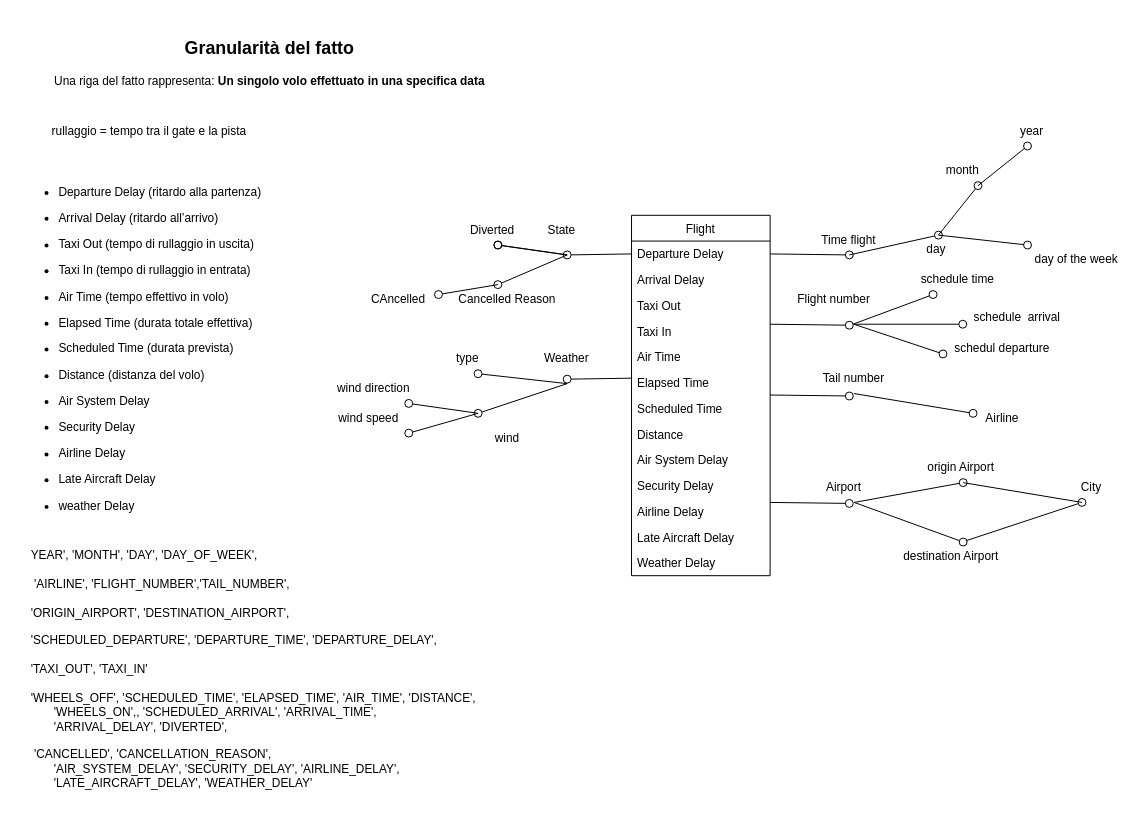
Earlier version of the draw.io diagram DFM_flights_weather.drawio (NIKFIORE/DataWarehouse_Flights-Weather). Source tidied: cells renumbered, new cells numbered last; positions are measured from the earlier drawing's top-left corner, leaving out a move shared by most shapes. Both pictures are drawn from the tidied source at 99%, with x=0, y=0 at pixel (17, 17).
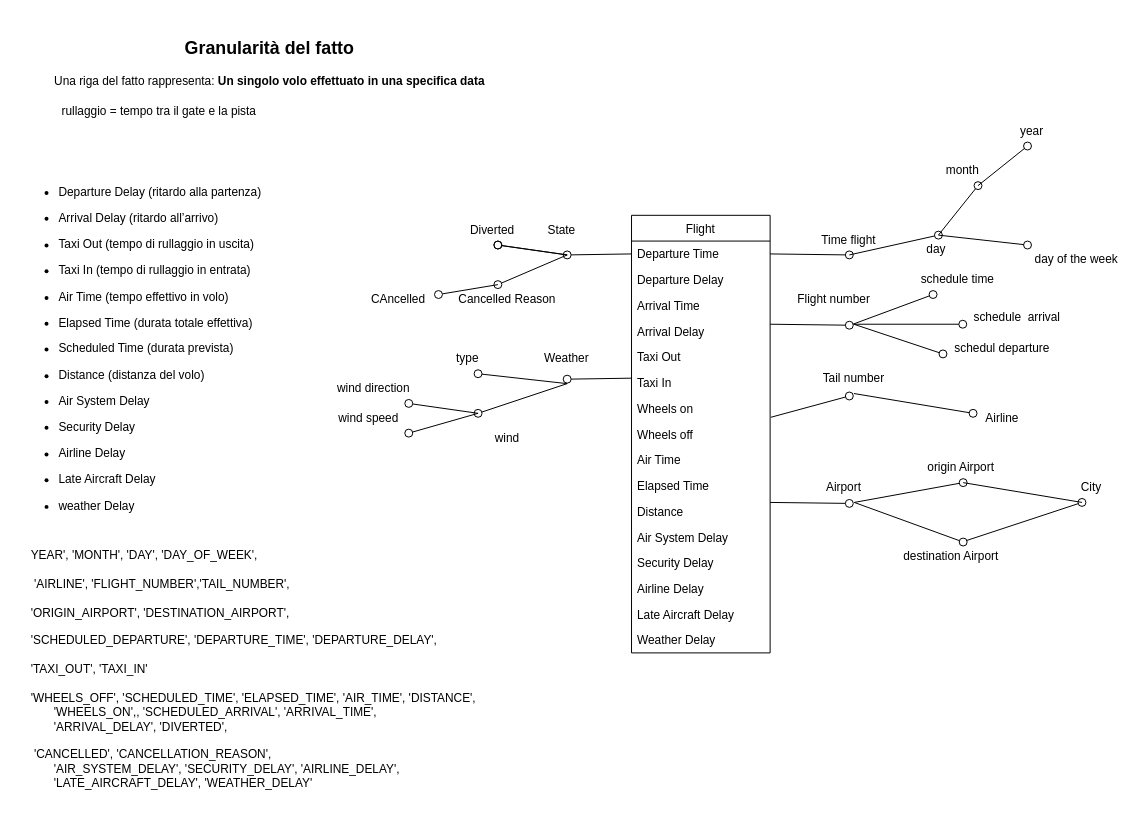
The same page after the edit.

Change to the diagram source:
```diff
@@
     <mxCell id="3" value="rullaggio = tempo tra il gate e la pista&amp;nbsp;" style="text;html=1;whiteSpace=wrap;strokeColor=none;fillColor=none;align=center;verticalAlign=middle;rounded=0;" parent="1" vertex="1">
-      <mxGeometry x="24.6" y="100" width="220" height="30" as="geometry" />
+      <mxGeometry x="35" y="80" width="220" height="30" as="geometry" />
     </mxCell>
@@
     <mxCell id="5" value="Flight" style="swimlane;fontStyle=0;horizontal=1;startSize=26;fillColor=none;" parent="1" vertex="1">
-      <mxGeometry x="620.4" y="200" width="140" height="364" as="geometry" />
+      <mxGeometry x="620.4" y="200" width="140" height="442" as="geometry" />
     </mxCell>
-    <mxCell id="6" value="Departure Delay" style="text;strokeColor=none;fillColor=none;align=left;verticalAlign=top;spacingLeft=4;spacingRight=4;overflow=hidden;points=[[0,0.5],[1,0.5]];portConstraint=eastwest;" parent="5" vertex="1">
+    <mxCell id="6" value="Departure Time" style="text;strokeColor=none;fillColor=none;align=left;verticalAlign=top;spacingLeft=4;spacingRight=4;overflow=hidden;points=[[0,0.5],[1,0.5]];portConstraint=eastwest;" parent="5" vertex="1">
       <mxGeometry y="26" width="140" height="26" as="geometry" />
     </mxCell>
+    <mxCell id="70" value="Departure Delay" style="text;strokeColor=none;fillColor=none;align=left;verticalAlign=top;spacingLeft=4;spacingRight=4;overflow=hidden;" parent="5" vertex="1">
+      <mxGeometry y="52" width="140" height="26" as="geometry" />
+    </mxCell>
+    <mxCell id="71" value="Arrival Time" style="text;strokeColor=none;fillColor=none;align=left;verticalAlign=top;spacingLeft=4;spacingRight=4;overflow=hidden;" parent="5" vertex="1">
+      <mxGeometry y="78" width="140" height="26" as="geometry" />
+    </mxCell>
     <mxCell id="7" value="Arrival Delay" style="text;strokeColor=none;fillColor=none;align=left;verticalAlign=top;spacingLeft=4;spacingRight=4;overflow=hidden;" parent="5" vertex="1">
-      <mxGeometry y="52" width="140" height="26" as="geometry" />
+      <mxGeometry y="104" width="140" height="26" as="geometry" />
     </mxCell>
     <mxCell id="8" value="Taxi Out" style="text;strokeColor=none;fillColor=none;align=left;verticalAlign=top;spacingLeft=4;spacingRight=4;overflow=hidden;" parent="5" vertex="1">
-      <mxGeometry y="78" width="140" height="26" as="geometry" />
+      <mxGeometry y="130" width="140" height="26" as="geometry" />
     </mxCell>
     <mxCell id="9" value="Taxi In" style="text;strokeColor=none;fillColor=none;align=left;verticalAlign=top;spacingLeft=4;spacingRight=4;overflow=hidden;" parent="5" vertex="1">
-      <mxGeometry y="104" width="140" height="26" as="geometry" />
+      <mxGeometry y="156" width="140" height="26" as="geometry" />
     </mxCell>
+    <mxCell id="72" value="Wheels on" style="text;strokeColor=none;fillColor=none;align=left;verticalAlign=top;spacingLeft=4;spacingRight=4;overflow=hidden;" parent="5" vertex="1">
+      <mxGeometry y="182" width="140" height="26" as="geometry" />
+    </mxCell>
+    <mxCell id="73" value="Wheels off" style="text;strokeColor=none;fillColor=none;align=left;verticalAlign=top;spacingLeft=4;spacingRight=4;overflow=hidden;points=[[0,0.5],[1,0.5]];portConstraint=eastwest;" parent="5" vertex="1">
+      <mxGeometry y="208" width="140" height="26" as="geometry" />
+    </mxCell>
     <mxCell id="10" value="Air Time" style="text;strokeColor=none;fillColor=none;align=left;verticalAlign=top;spacingLeft=4;spacingRight=4;overflow=hidden;" parent="5" vertex="1">
-      <mxGeometry y="130" width="140" height="26" as="geometry" />
+      <mxGeometry y="234" width="140" height="26" as="geometry" />
     </mxCell>
     <mxCell id="11" value="Elapsed Time" style="text;strokeColor=none;fillColor=none;align=left;verticalAlign=top;spacingLeft=4;spacingRight=4;overflow=hidden;" parent="5" vertex="1">
-      <mxGeometry y="156" width="140" height="26" as="geometry" />
+      <mxGeometry y="260" width="140" height="26" as="geometry" />
     </mxCell>
-    <mxCell id="12" value="Scheduled Time" style="text;strokeColor=none;fillColor=none;align=left;verticalAlign=top;spacingLeft=4;spacingRight=4;overflow=hidden;" parent="5" vertex="1">
-      <mxGeometry y="182" width="140" height="26" as="geometry" />
-    </mxCell>
     <mxCell id="13" value="Distance" style="text;strokeColor=none;fillColor=none;align=left;verticalAlign=top;spacingLeft=4;spacingRight=4;overflow=hidden;" parent="5" vertex="1">
-      <mxGeometry y="208" width="140" height="26" as="geometry" />
+      <mxGeometry y="286" width="140" height="26" as="geometry" />
     </mxCell>
     <mxCell id="14" value="Air System Delay" style="text;strokeColor=none;fillColor=none;align=left;verticalAlign=top;spacingLeft=4;spacingRight=4;overflow=hidden;" parent="5" vertex="1">
-      <mxGeometry y="234" width="140" height="26" as="geometry" />
+      <mxGeometry y="312" width="140" height="26" as="geometry" />
     </mxCell>
     <mxCell id="15" value="Security Delay" style="text;strokeColor=none;fillColor=none;align=left;verticalAlign=top;spacingLeft=4;spacingRight=4;overflow=hidden;" parent="5" vertex="1">
-      <mxGeometry y="260" width="140" height="26" as="geometry" />
+      <mxGeometry y="338" width="140" height="26" as="geometry" />
     </mxCell>
     <mxCell id="16" value="Airline Delay" style="text;strokeColor=none;fillColor=none;align=left;verticalAlign=top;spacingLeft=4;spacingRight=4;overflow=hidden;" parent="5" vertex="1">
-      <mxGeometry y="286" width="140" height="26" as="geometry" />
+      <mxGeometry y="364" width="140" height="26" as="geometry" />
     </mxCell>
     <mxCell id="17" value="Late Aircraft Delay" style="text;strokeColor=none;fillColor=none;align=left;verticalAlign=top;spacingLeft=4;spacingRight=4;overflow=hidden;" parent="5" vertex="1">
-      <mxGeometry y="312" width="140" height="26" as="geometry" />
+      <mxGeometry y="390" width="140" height="26" as="geometry" />
     </mxCell>
     <mxCell id="18" value="Weather Delay" style="text;strokeColor=none;fillColor=none;align=left;verticalAlign=top;spacingLeft=4;spacingRight=4;overflow=hidden;" parent="5" vertex="1">
-      <mxGeometry y="338" width="140" height="26" as="geometry" />
+      <mxGeometry y="416" width="140" height="26" as="geometry" />
     </mxCell>
@@
-    <mxCell id="48" style="html=1;verticalAlign=bottom;startArrow=oval;startFill=0;endArrow=none;startSize=8;endFill=0;" parent="1" edge="1">
+    <mxCell id="48" style="html=1;verticalAlign=bottom;startArrow=oval;startFill=0;endArrow=none;startSize=8;endFill=0;entryX=1.005;entryY=-0.154;entryDx=0;entryDy=0;entryPerimeter=0;" parent="1" edge="1" target="73">
       <mxGeometry x="-1" y="81" relative="1" as="geometry">
         <mxPoint x="840.4" y="382.5" as="sourcePoint" />
-        <mxPoint x="760.4" y="381.5" as="targetPoint" />
         <mxPoint x="-70" y="41" as="offset" />
       </mxGeometry>
     </mxCell>
```
